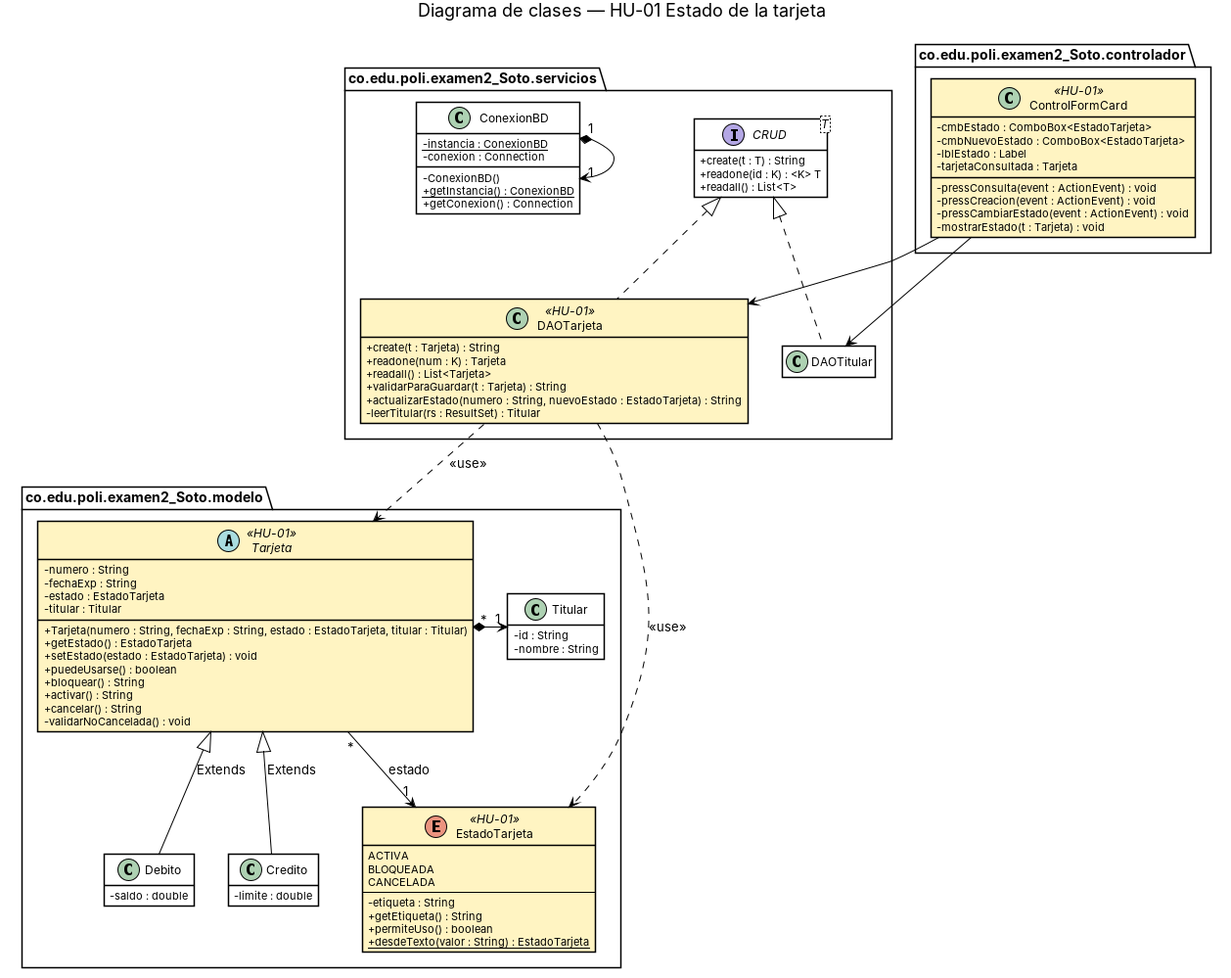
Slowcombat/PRCT2 keeps this PlantUML diagram as docs/diagrama-clases.png. Above is the earlier version. Its source is kept beside it as docs/diagrama-clases.puml. The source it was exported from:
```plantuml
@startuml diagrama-clases
skinparam classAttributeIconSize 0
skinparam packageStyle folder
skinparam shadowing false
skinparam class {
  BackgroundColor white
  BorderColor black
  ArrowColor black
  BackgroundColor<<HU-01>> #FFF4C2
}
hide empty members
title Diagrama de clases — HU-01 Estado de la tarjeta

package "co.edu.poli.examen2_Soto.modelo" {

  abstract class Tarjeta <<HU-01>> {
    - numero : String
    - fechaExp : String
    - estado : EstadoTarjeta
    - titular : Titular
    + Tarjeta(numero : String, fechaExp : String, estado : EstadoTarjeta, titular : Titular)
    + getEstado() : EstadoTarjeta
    + setEstado(estado : EstadoTarjeta) : void
    + puedeUsarse() : boolean
    + bloquear() : String
    + activar() : String
    + cancelar() : String
    - validarNoCancelada() : void
  }

  enum EstadoTarjeta <<HU-01>> {
    ACTIVA
    BLOQUEADA
    CANCELADA
    --
    - etiqueta : String
    + getEtiqueta() : String
    + permiteUso() : boolean
    + {static} desdeTexto(valor : String) : EstadoTarjeta
  }

  class Titular {
    - id : String
    - nombre : String
  }

  class Debito {
    - saldo : double
  }

  class Credito {
    - limite : double
  }

  Tarjeta "*" *-right-> "1" Titular
  Tarjeta "*" -down-> "1" EstadoTarjeta : estado
  Debito -up-|> Tarjeta : Extends
  Credito -up-|> Tarjeta : Extends
}

package "co.edu.poli.examen2_Soto.servicios" {

  interface "CRUD<T>" as CRUD {
    + create(t : T) : String
    + readone(id : K) : <K> T
    + readall() : List<T>
  }

  class ConexionBD {
    - {static} instancia : ConexionBD
    - conexion : Connection
    - ConexionBD()
    + {static} getInstancia() : ConexionBD
    + getConexion() : Connection
  }

  class DAOTarjeta <<HU-01>> {
    + create(t : Tarjeta) : String
    + readone(num : K) : Tarjeta
    + readall() : List<Tarjeta>
    + validarParaGuardar(t : Tarjeta) : String
    + actualizarEstado(numero : String, nuevoEstado : EstadoTarjeta) : String
    - leerTitular(rs : ResultSet) : Titular
  }

  class DAOTitular {
  }

  ConexionBD "1" *--> "1" ConexionBD
  DAOTarjeta .up.|> CRUD
  DAOTitular .up.|> CRUD
}

package "co.edu.poli.examen2_Soto.controlador" {
  class ControlFormCard <<HU-01>> {
    - cmbEstado : ComboBox<EstadoTarjeta>
    - cmbNuevoEstado : ComboBox<EstadoTarjeta>
    - lblEstado : Label
    - tarjetaConsultada : Tarjeta
    - pressConsulta(event : ActionEvent) : void
    - pressCreacion(event : ActionEvent) : void
    - pressCambiarEstado(event : ActionEvent) : void
    - mostrarEstado(t : Tarjeta) : void
  }
}

ControlFormCard --> DAOTarjeta
ControlFormCard --> DAOTitular
DAOTarjeta ..> Tarjeta : <<use>>
DAOTarjeta ..> EstadoTarjeta : <<use>>
@enduml
```
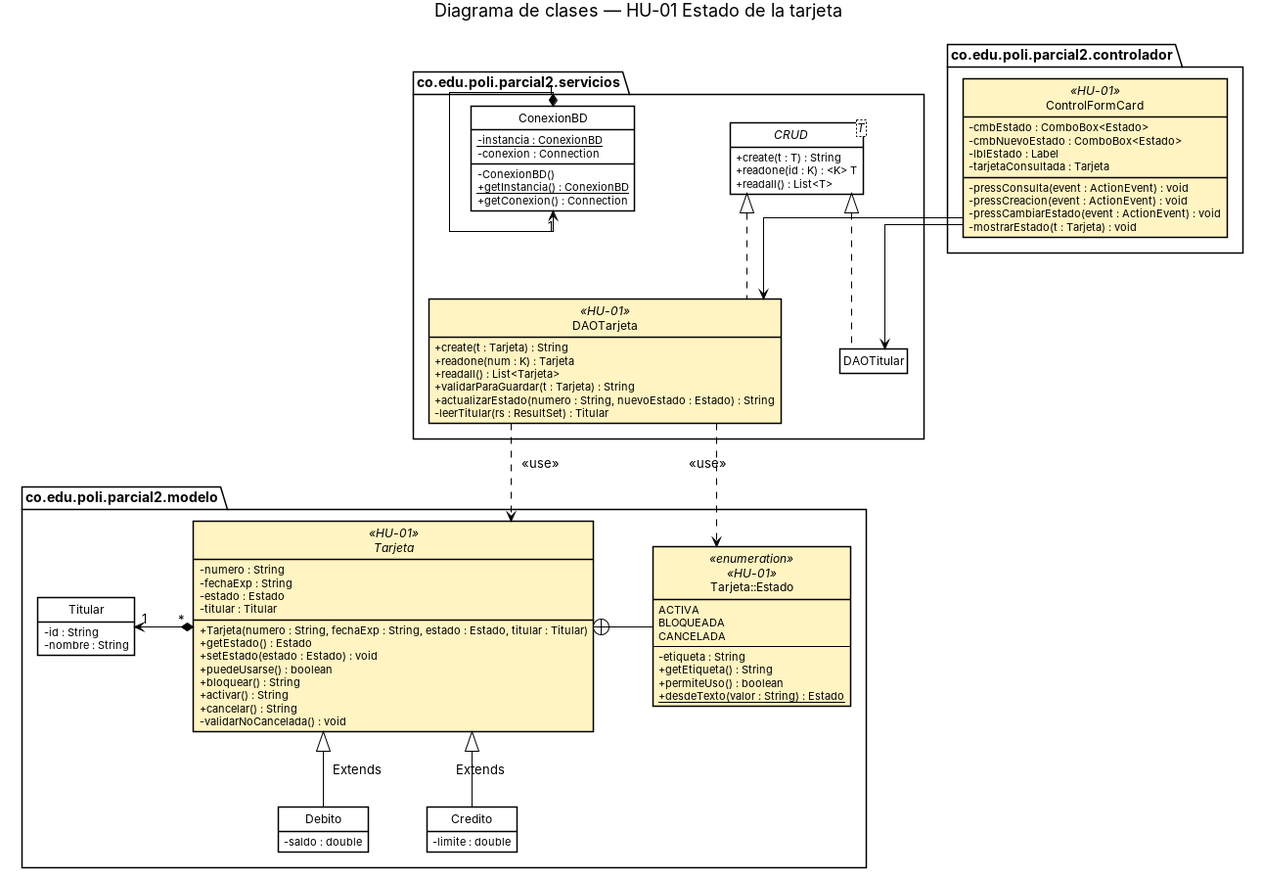
The same file after the commit.

The edit, as a diff of the source:
```diff
@@ -2,6 +2,9 @@
 skinparam classAttributeIconSize 0
 skinparam packageStyle folder
 skinparam shadowing false
+skinparam linetype ortho
+skinparam nodesep 60
+skinparam ranksep 60
 skinparam class {
   BackgroundColor white
   BorderColor black
@@ -9,18 +12,19 @@
   BackgroundColor<<HU-01>> #FFF4C2
 }
 hide empty members
+hide circle
 title Diagrama de clases — HU-01 Estado de la tarjeta
 
-package "co.edu.poli.examen2_Soto.modelo" {
+package "co.edu.poli.parcial2.modelo" {
 
   abstract class Tarjeta <<HU-01>> {
     - numero : String
     - fechaExp : String
-    - estado : EstadoTarjeta
+    - estado : Estado
     - titular : Titular
-    + Tarjeta(numero : String, fechaExp : String, estado : EstadoTarjeta, titular : Titular)
-    + getEstado() : EstadoTarjeta
-    + setEstado(estado : EstadoTarjeta) : void
+    + Tarjeta(numero : String, fechaExp : String, estado : Estado, titular : Titular)
+    + getEstado() : Estado
+    + setEstado(estado : Estado) : void
     + puedeUsarse() : boolean
     + bloquear() : String
     + activar() : String
@@ -28,7 +32,7 @@
     - validarNoCancelada() : void
   }
 
-  enum EstadoTarjeta <<HU-01>> {
+  enum "Tarjeta::Estado" as Estado <<enumeration>> <<HU-01>> {
     ACTIVA
     BLOQUEADA
     CANCELADA
@@ -36,7 +40,7 @@
     - etiqueta : String
     + getEtiqueta() : String
     + permiteUso() : boolean
-    + {static} desdeTexto(valor : String) : EstadoTarjeta
+    + {static} desdeTexto(valor : String) : Estado
   }
 
   class Titular {
@@ -52,13 +56,13 @@
     - limite : double
   }
 
-  Tarjeta "*" *-right-> "1" Titular
-  Tarjeta "*" -down-> "1" EstadoTarjeta : estado
+  Titular "*" <-left-* "1" Tarjeta
+  Estado -right-+ Tarjeta
   Debito -up-|> Tarjeta : Extends
   Credito -up-|> Tarjeta : Extends
 }
 
-package "co.edu.poli.examen2_Soto.servicios" {
+package "co.edu.poli.parcial2.servicios" {
 
   interface "CRUD<T>" as CRUD {
     + create(t : T) : String
@@ -79,7 +83,7 @@
     + readone(num : K) : Tarjeta
     + readall() : List<Tarjeta>
     + validarParaGuardar(t : Tarjeta) : String
-    + actualizarEstado(numero : String, nuevoEstado : EstadoTarjeta) : String
+    + actualizarEstado(numero : String, nuevoEstado : Estado) : String
     - leerTitular(rs : ResultSet) : Titular
   }
 
@@ -91,10 +95,10 @@
   DAOTitular .up.|> CRUD
 }
 
-package "co.edu.poli.examen2_Soto.controlador" {
+package "co.edu.poli.parcial2.controlador" {
   class ControlFormCard <<HU-01>> {
-    - cmbEstado : ComboBox<EstadoTarjeta>
-    - cmbNuevoEstado : ComboBox<EstadoTarjeta>
+    - cmbEstado : ComboBox<Estado>
+    - cmbNuevoEstado : ComboBox<Estado>
     - lblEstado : Label
     - tarjetaConsultada : Tarjeta
     - pressConsulta(event : ActionEvent) : void
@@ -107,5 +111,5 @@
 ControlFormCard --> DAOTarjeta
 ControlFormCard --> DAOTitular
 DAOTarjeta ..> Tarjeta : <<use>>
-DAOTarjeta ..> EstadoTarjeta : <<use>>
+DAOTarjeta ..> Estado : <<use>>
 @enduml
```
